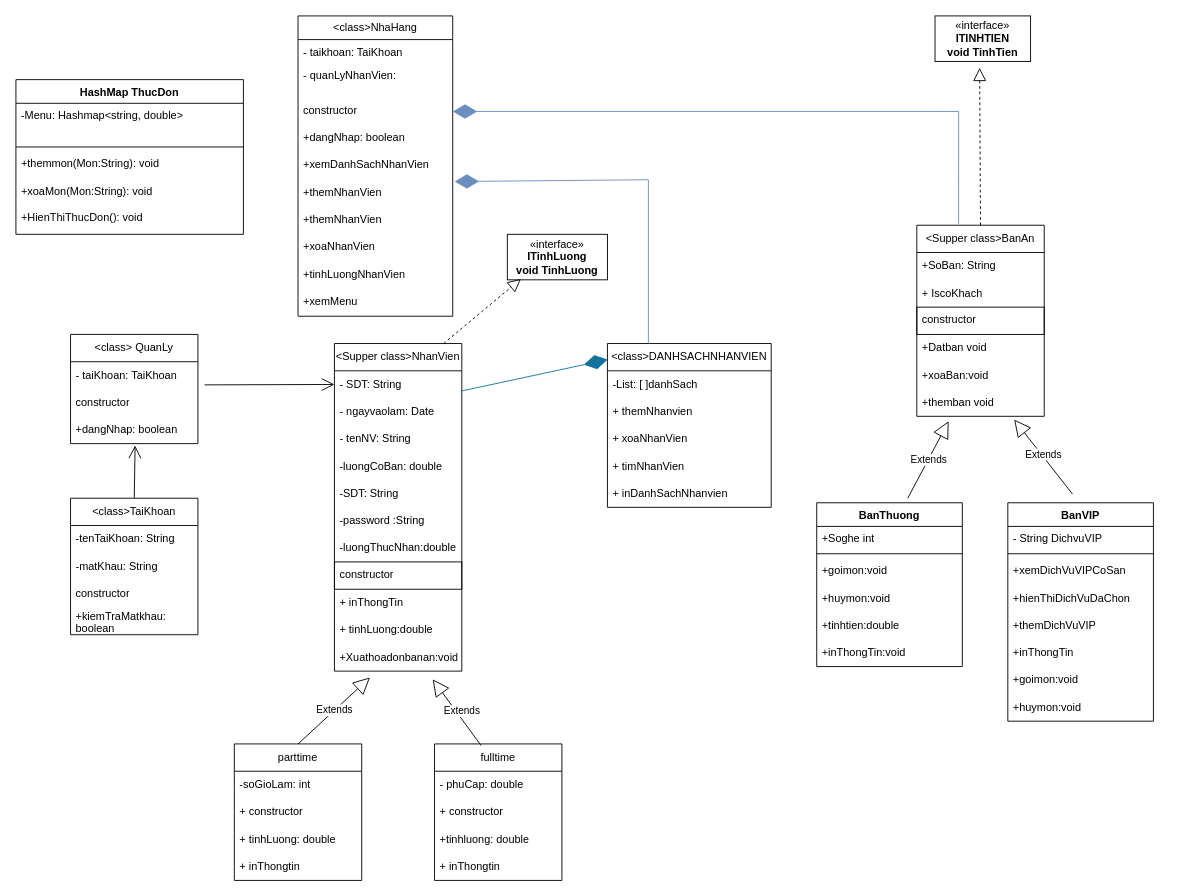
The draw.io diagram Biểu đồ không có tiêu đề.drawio in NguyenMTue/Team_4, before the edit. Source tidied: cells renumbered, new cells numbered last; positions are measured from the earlier drawing's top-left corner, leaving out a move shared by most shapes. Both pictures are drawn from the tidied source at 91%, with x=0, y=0 at pixel (15, 15).
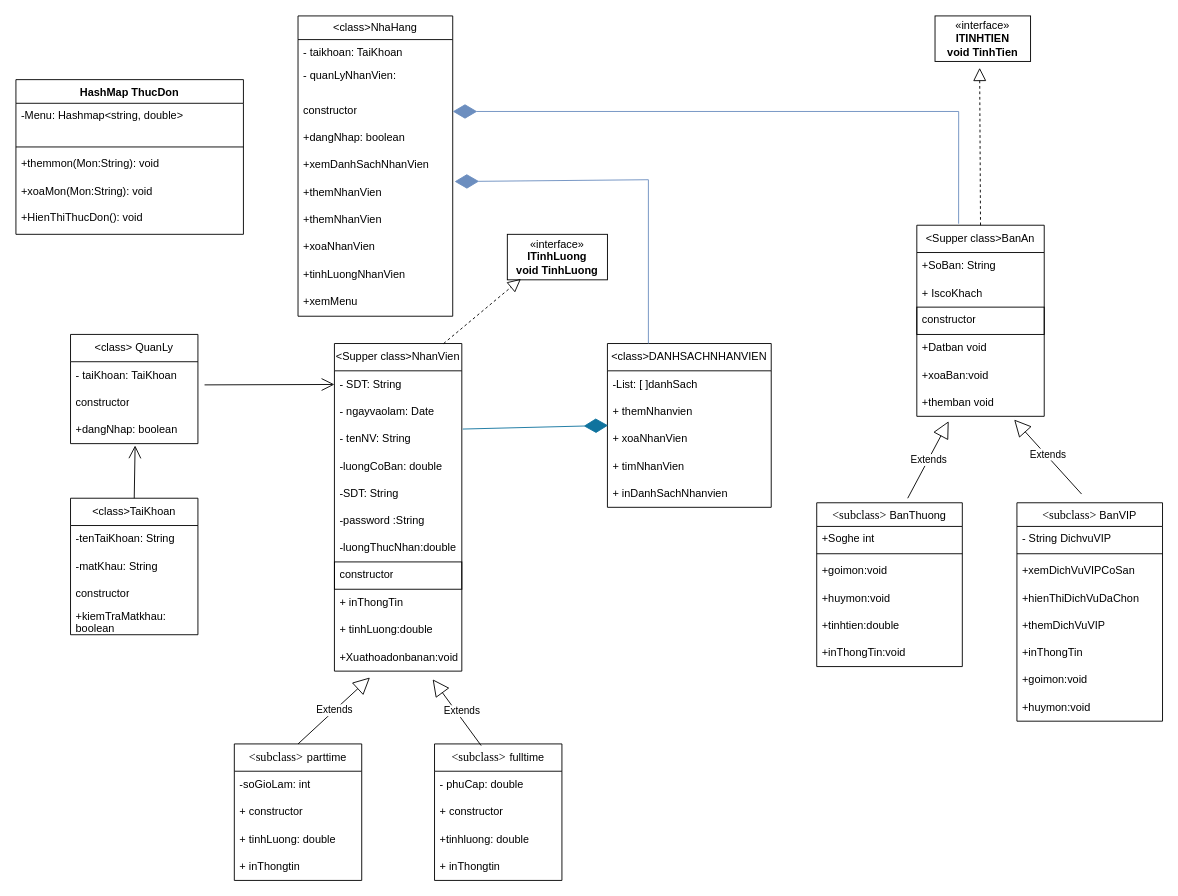
After the change.

Unchanged cells that the change refers to:
```xml
<mxCell id="2" style="group;" parent="1" vertex="1">
  <mxGeometry x="60" width="770" height="820" as="geometry" />
</mxCell>
<mxCell id="4" value="- SDT: String" style="text;strokeColor=none;fillColor=none;align=left;verticalAlign=middle;spacingLeft=4;spacingRight=4;overflow=hidden;points=[[0,0.5],[1,0.5]];portConstraint=eastwest;whiteSpace=wrap;html=1;" parent="3" vertex="1">
  <mxGeometry y="30" width="140" height="30" as="geometry" />
</mxCell>
<mxCell id="6" value="- tenNV: String" style="text;strokeColor=none;fillColor=none;align=left;verticalAlign=middle;spacingLeft=4;spacingRight=4;overflow=hidden;points=[[0,0.5],[1,0.5]];portConstraint=eastwest;whiteSpace=wrap;html=1;" parent="3" vertex="1">
  <mxGeometry y="90" width="140" height="30" as="geometry" />
</mxCell>
<mxCell id="25" value="&amp;lt;class&amp;gt;DANHSACHNHANVIEN" style="swimlane;fontStyle=0;horizontal=1;startSize=30;whiteSpace=wrap;html=1;" parent="2" vertex="1">
  <mxGeometry x="590" y="360" width="180" height="180" as="geometry" />
</mxCell>
```

The edit, as a diff of the source:
```diff
@@
-    <mxCell id="15" value="parttime" style="swimlane;fontStyle=0;horizontal=1;startSize=30;whiteSpace=wrap;html=1;" parent="2" vertex="1">
+    <mxCell id="15" value="&lt;span style=&quot;line-height: 107%; font-family: &amp;quot;Times New Roman&amp;quot;, serif;&quot;&gt;&lt;font style=&quot;font-size: 13.3333px;&quot;&gt;&amp;lt;subclass&amp;gt;&lt;/font&gt;&lt;b style=&quot;font-size: 13pt;&quot;&gt;&amp;nbsp;&lt;/b&gt;&lt;/span&gt;parttime" style="swimlane;fontStyle=0;horizontal=1;startSize=30;whiteSpace=wrap;html=1;" parent="2" vertex="1">
       <mxGeometry x="180" y="800" width="140" height="150" as="geometry" />
     </mxCell>
@@
-    <mxCell id="20" value="fulltime" style="swimlane;fontStyle=0;horizontal=1;startSize=30;whiteSpace=wrap;html=1;" parent="2" vertex="1">
+    <mxCell id="20" value="&lt;span style=&quot;line-height: 107%; font-family: &amp;quot;Times New Roman&amp;quot;, serif;&quot;&gt;&lt;font style=&quot;font-size: 13.3333px;&quot;&gt;&amp;lt;subclass&amp;gt;&lt;/font&gt;&lt;b style=&quot;font-size: 13pt;&quot;&gt;&amp;nbsp;&lt;/b&gt;&lt;/span&gt;fulltime" style="swimlane;fontStyle=0;horizontal=1;startSize=30;whiteSpace=wrap;html=1;" parent="2" vertex="1">
       <mxGeometry x="400" y="800" width="140" height="150" as="geometry" />
     </mxCell>
@@
-    <mxCell id="40" style="endArrow=diamondThin;endFill=1;endSize=24;html=1;rounded=0;exitX=0.997;exitY=0.74;exitDx=0;exitDy=0;entryX=0.002;entryY=0.098;entryDx=0;entryDy=0;entryPerimeter=0;exitPerimeter=0;fillColor=#b1ddf0;strokeColor=#10739e;" parent="2" edge="1" source="4" target="25">
-      <mxGeometry relative="1" as="geometry" />
+    <mxCell id="40" style="endArrow=diamondThin;endFill=1;endSize=24;html=1;rounded=0;entryX=0.002;entryY=0.098;entryDx=0;entryDy=0;entryPerimeter=0;fillColor=#b1ddf0;strokeColor=#10739e;exitX=1.007;exitY=0.133;exitDx=0;exitDy=0;exitPerimeter=0;" parent="2" edge="1" source="6">
+      <mxGeometry relative="1" as="geometry">
+        <mxPoint x="590.8" y="450" as="targetPoint" />
+      </mxGeometry>
     </mxCell>
@@
-    <mxCell id="73" value="BanVIP" style="swimlane;fontStyle=1;align=center;verticalAlign=top;horizontal=1;startSize=26;whiteSpace=wrap;html=1;" parent="1" vertex="1">
-      <mxGeometry x="1090" y="535" width="160" height="240" as="geometry" />
+    <mxCell id="73" value="&lt;span style=&quot;font-weight: normal;&quot;&gt;&lt;span style=&quot;line-height: 107%; font-family: &amp;quot;Times New Roman&amp;quot;, serif;&quot;&gt;&lt;font style=&quot;font-size: 13.3333px;&quot;&gt;&amp;lt;subclass&amp;gt;&amp;nbsp;&lt;/font&gt;&lt;/span&gt;BanVIP&lt;/span&gt;" style="swimlane;fontStyle=1;align=center;verticalAlign=top;horizontal=1;startSize=26;whiteSpace=wrap;html=1;" parent="1" vertex="1">
+      <mxGeometry x="1100" y="535" width="160" height="240" as="geometry" />
     </mxCell>
@@
-    <mxCell id="85" value="BanThuong" style="swimlane;fontStyle=1;align=center;verticalAlign=top;horizontal=1;startSize=26;whiteSpace=wrap;html=1;" parent="1" vertex="1">
+    <mxCell id="85" value="&lt;span style=&quot;line-height: 107%; font-family: &amp;quot;Times New Roman&amp;quot;, serif; font-weight: normal;&quot;&gt;&lt;font style=&quot;font-size: 13.3333px;&quot;&gt;&amp;lt;subclass&amp;gt;&amp;nbsp;&lt;/font&gt;&lt;/span&gt;&lt;span style=&quot;font-weight: normal;&quot;&gt;BanThuong&lt;/span&gt;" style="swimlane;fontStyle=1;align=center;verticalAlign=top;horizontal=1;startSize=26;whiteSpace=wrap;html=1;" parent="1" vertex="1">
       <mxGeometry x="880" y="535" width="160" height="180" as="geometry" />
     </mxCell>
```
